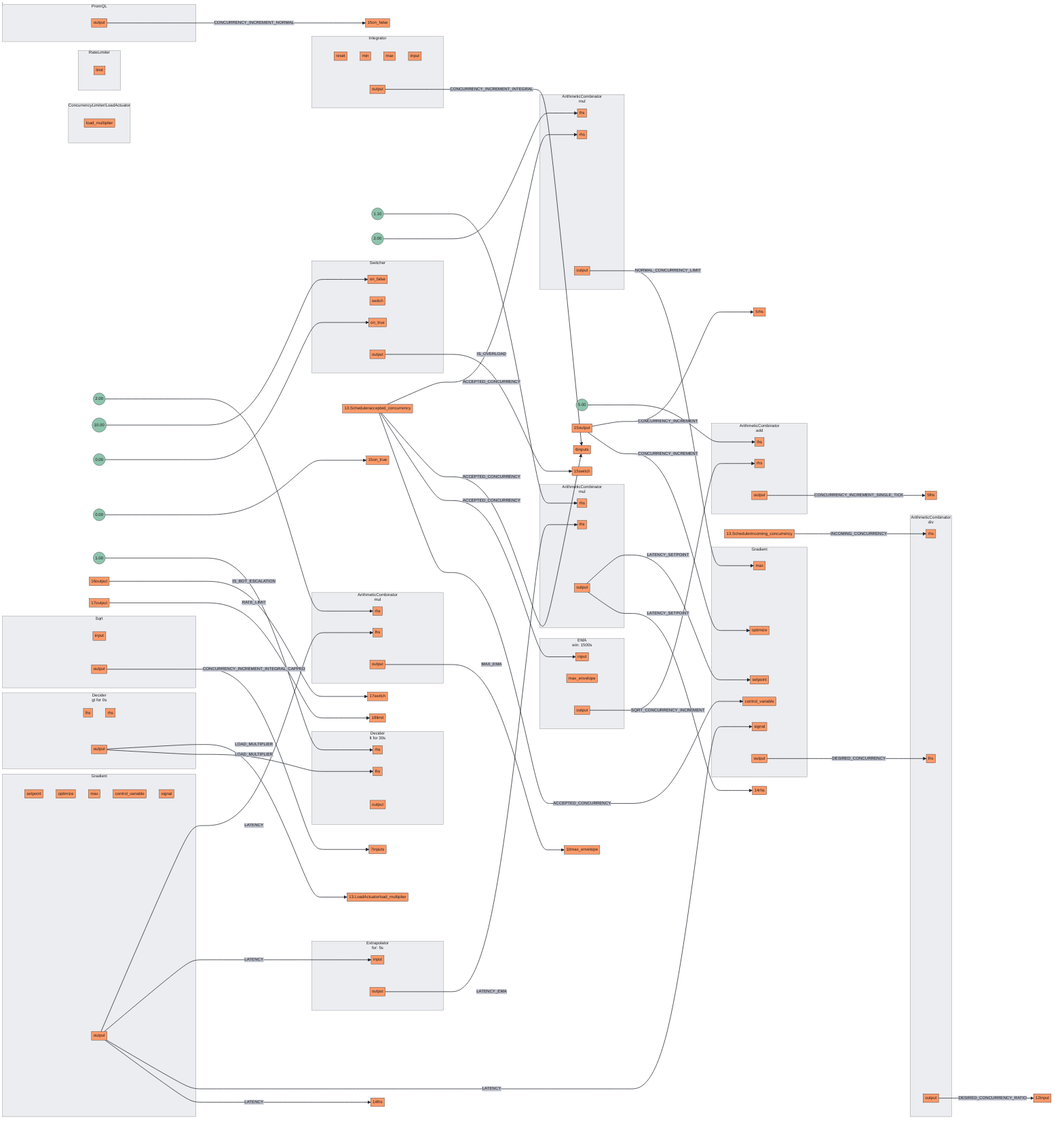
This is docs/content/tutorials/flow-control/assets/dynamic-rate-limiting/dynamic-rate-limiting.mmd.png from fluxninja/aperture, a Mermaid export, as it was before one commit. Its source is kept beside it as docs/content/tutorials/flow-control/assets/dynamic-rate-limiting/dynamic-rate-limiting.mmd.
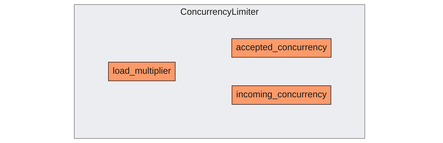
The same diagram one commit later.

What changed in the source:
```diff
@@ -1,224 +1,12 @@
 flowchart LR
-subgraph 0[<center>ArithmeticCombinator<br/>mul</center>]
-subgraph 0_inports[ ]
-style 0_inports fill:none,stroke:none
-0lhs[lhs]
-0rhs[rhs]
+subgraph root.11[ConcurrencyLimiter]
+subgraph root.11_inports[ ]
+style root.11_inports fill:none,stroke:none
+root.11load_multiplier[load_multiplier]
 end
-subgraph 0_outports[ ]
-style 0_outports fill:none,stroke:none
-0output[output]
+subgraph root.11_outports[ ]
+style root.11_outports fill:none,stroke:none
+root.11accepted_concurrency[accepted_concurrency]
+root.11incoming_concurrency[incoming_concurrency]
 end
 end
-FakeConstant0((2.00))
-FakeConstant0 --> 0rhs
-subgraph 1[<center>ArithmeticCombinator<br/>mul</center>]
-subgraph 1_inports[ ]
-style 1_inports fill:none,stroke:none
-1lhs[lhs]
-1rhs[rhs]
-end
-subgraph 1_outports[ ]
-style 1_outports fill:none,stroke:none
-1output[output]
-end
-end
-FakeConstant1((1.10))
-FakeConstant1 --> 1rhs
-subgraph 2[<center>ArithmeticCombinator<br/>div</center>]
-subgraph 2_inports[ ]
-style 2_inports fill:none,stroke:none
-2rhs[rhs]
-2lhs[lhs]
-end
-subgraph 2_outports[ ]
-style 2_outports fill:none,stroke:none
-2output[output]
-end
-end
-subgraph 3[<center>ArithmeticCombinator<br/>mul</center>]
-subgraph 3_inports[ ]
-style 3_inports fill:none,stroke:none
-3lhs[lhs]
-3rhs[rhs]
-end
-subgraph 3_outports[ ]
-style 3_outports fill:none,stroke:none
-3output[output]
-end
-end
-FakeConstant2((2.00))
-FakeConstant2 --> 3lhs
-subgraph 4[<center>ArithmeticCombinator<br/>add</center>]
-subgraph 4_inports[ ]
-style 4_inports fill:none,stroke:none
-4lhs[lhs]
-4rhs[rhs]
-end
-subgraph 4_outports[ ]
-style 4_outports fill:none,stroke:none
-4output[output]
-end
-end
-FakeConstant3((5.00))
-FakeConstant3 --> 4lhs
-subgraph 5[Integrator]
-subgraph 5_inports[ ]
-style 5_inports fill:none,stroke:none
-5reset[reset]
-5min[min]
-5max[max]
-5input[input]
-end
-subgraph 5_outports[ ]
-style 5_outports fill:none,stroke:none
-5output[output]
-end
-end
-subgraph 6[Sqrt]
-subgraph 6_inports[ ]
-style 6_inports fill:none,stroke:none
-6input[input]
-end
-subgraph 6_outports[ ]
-style 6_outports fill:none,stroke:none
-6output[output]
-end
-end
-subgraph 7[PromQL]
-subgraph 7_outports[ ]
-style 7_outports fill:none,stroke:none
-7output[output]
-end
-end
-subgraph 8[<center>EMA<br/>win: 1500s</center>]
-subgraph 8_inports[ ]
-style 8_inports fill:none,stroke:none
-8input[input]
-8max_envelope[max_envelope]
-end
-subgraph 8_outports[ ]
-style 8_outports fill:none,stroke:none
-8output[output]
-end
-end
-subgraph 9[Gradient]
-subgraph 9_inports[ ]
-style 9_inports fill:none,stroke:none
-9setpoint[setpoint]
-9optimize[optimize]
-9max[max]
-9control_variable[control_variable]
-9signal[signal]
-end
-subgraph 9_outports[ ]
-style 9_outports fill:none,stroke:none
-9output[output]
-end
-end
-subgraph 10[<center>Extrapolator<br/>for: 5s</center>]
-subgraph 10_inports[ ]
-style 10_inports fill:none,stroke:none
-10input[input]
-end
-subgraph 10_outports[ ]
-style 10_outports fill:none,stroke:none
-10output[output]
-end
-end
-subgraph 11[Gradient]
-subgraph 11_inports[ ]
-style 11_inports fill:none,stroke:none
-11setpoint[setpoint]
-11optimize[optimize]
-11max[max]
-11control_variable[control_variable]
-11signal[signal]
-end
-subgraph 11_outports[ ]
-style 11_outports fill:none,stroke:none
-11output[output]
-end
-end
-subgraph 11.LoadActuator[ConcurrencyLimiter/LoadActuator]
-subgraph 11.LoadActuator_inports[ ]
-style 11.LoadActuator_inports fill:none,stroke:none
-11.LoadActuatorload_multiplier[load_multiplier]
-end
-end
-subgraph 15[RateLimiter]
-subgraph 15_inports[ ]
-style 15_inports fill:none,stroke:none
-15limit[limit]
-end
-end
-subgraph 14[Switcher]
-subgraph 14_inports[ ]
-style 14_inports fill:none,stroke:none
-14on_false[on_false]
-14switch[switch]
-14on_true[on_true]
-end
-subgraph 14_outports[ ]
-style 14_outports fill:none,stroke:none
-14output[output]
-end
-end
-FakeConstant4((10.00))
-FakeConstant4 --> 14on_false
-FakeConstant5((0.00))
-FakeConstant5 --> 14on_true
-subgraph 12[<center>Decider<br/>gt for 0s</center>]
-subgraph 12_inports[ ]
-style 12_inports fill:none,stroke:none
-12lhs[lhs]
-12rhs[rhs]
-end
-subgraph 12_outports[ ]
-style 12_outports fill:none,stroke:none
-12output[output]
-end
-end
-FakeConstant7((0.00))
-FakeConstant7 --> 15on_true
-subgraph 16[<center>Decider<br/>lt for 30s</center>]
-subgraph 16_inports[ ]
-style 16_inports fill:none,stroke:none
-16rhs[rhs]
-16lhs[lhs]
-end
-subgraph 13_outports[ ]
-style 13_outports fill:none,stroke:none
-13output[output]
-end
-end
-FakeConstant8((1.00))
-FakeConstant8 --> 16rhs
-7output --> |CONCURRENCY_INCREMENT_NORMAL| 15on_false
-9output --> |LATENCY| 0lhs
-9output --> |LATENCY| 10input
-9output --> |LATENCY| 11signal
-9output --> |LATENCY| 14lhs
-11output --> |DESIRED_CONCURRENCY| 2lhs
-13.Scheduleraccepted_concurrency --> |ACCEPTED_CONCURRENCY| 3rhs
-13.Scheduleraccepted_concurrency --> |ACCEPTED_CONCURRENCY| 6inputs
-13.Scheduleraccepted_concurrency --> |ACCEPTED_CONCURRENCY| 8input
-13.Scheduleraccepted_concurrency --> |ACCEPTED_CONCURRENCY| 11control_variable
-13.Schedulerincoming_concurrency --> |INCOMING_CONCURRENCY| 2rhs
-2output --> |DESIRED_CONCURRENCY_RATIO| 12input
-3output --> |NORMAL_CONCURRENCY_LIMIT| 11max
-0output --> |MAX_EMA| 10max_envelope
-1output --> |LATENCY_SETPOINT| 11setpoint
-1output --> |LATENCY_SETPOINT| 14rhs
-6output --> |CONCURRENCY_INCREMENT_INTEGRAL_CAPPED| 7inputs
-10output --> |LATENCY_EMA| 1lhs
-16output --> |IS_BOT_ESCALATION| 17switch
-17output --> |RATE_LIMIT| 18limit
-4output --> |CONCURRENCY_INCREMENT_SINGLE_TICK| 5lhs
-5output --> |CONCURRENCY_INCREMENT_INTEGRAL| 6inputs
-8output --> |SQRT_CONCURRENCY_INCREMENT| 4rhs
-12output --> |LOAD_MULTIPLIER| 13.LoadActuatorload_multiplier
-12output --> |LOAD_MULTIPLIER| 16lhs
-14output --> |IS_OVERLOAD| 15switch
-15output --> |CONCURRENCY_INCREMENT| 5rhs
-15output --> |CONCURRENCY_INCREMENT| 11optimize
```
